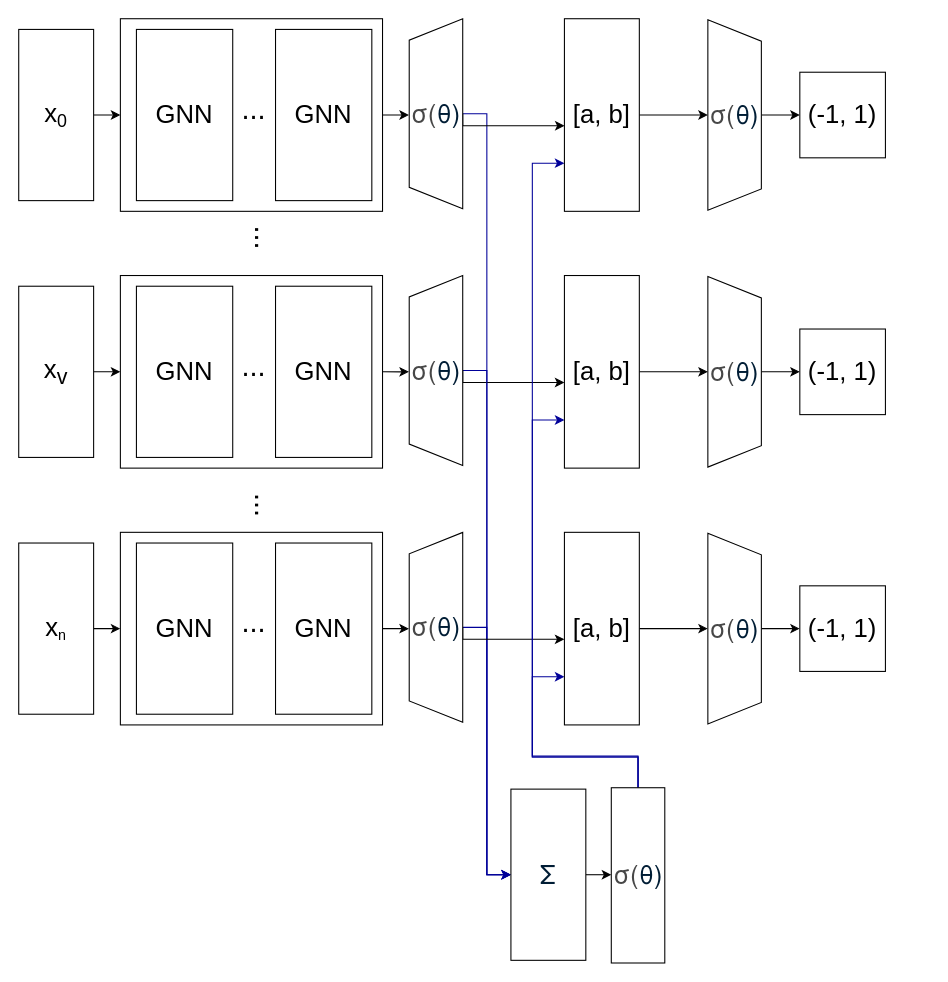
osnieltx/gnn-co keeps this draw.io diagram as gnn.drawio. Above is the earlier version. Source tidied: cells renumbered, new cells numbered last; positions are measured from the earlier drawing's top-left corner, leaving out a move shared by most shapes. Both pictures are drawn from the tidied source at 107%, with x=0, y=0 at pixel (18, 18).
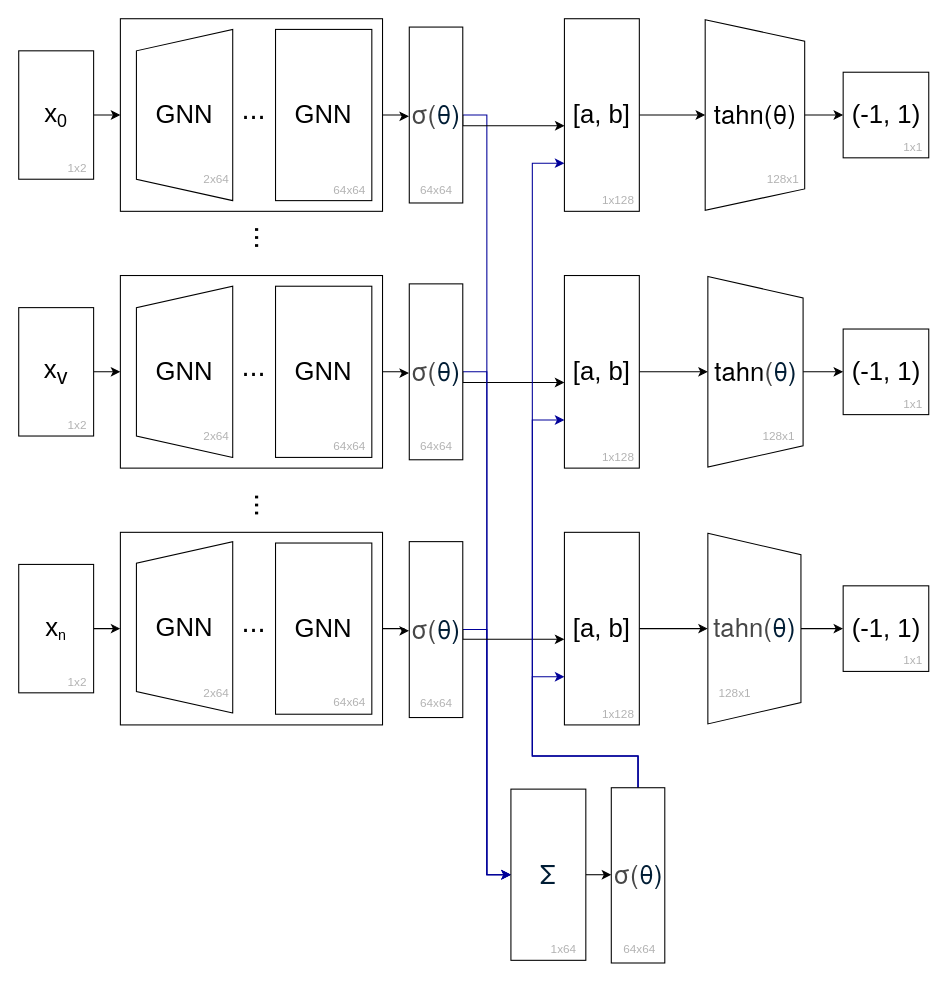
After the change.

The change refers to these unchanged cells:
```xml
<mxCell id="2" style="rounded=0;whiteSpace=wrap;html=1;fontColor=default;fillColor=none;" parent="1" vertex="1">
  <mxGeometry x="95" y="240" width="245" height="180" as="geometry" />
</mxCell>
<mxCell id="39" value="&lt;span style=&quot;font-size: 24px; text-align: start; caret-color: rgb(71, 71, 71); color: rgb(71, 71, 71); font-family: &amp;quot;Helvetica Neue&amp;quot;, sans-serif; background-color: rgb(255, 255, 255);&quot;&gt;σ(&lt;/span&gt;&lt;span style=&quot;font-size: 24px; text-align: start; caret-color: rgb(0, 29, 53); color: rgb(0, 29, 53); font-family: &amp;quot;Google Sans&amp;quot;, &amp;quot;Helvetica Neue&amp;quot;, sans-serif; background-color: rgb(255, 255, 255);&quot;&gt;θ)&lt;/span&gt;" style="shape=label;whiteSpace=wrap;html=1;fixedSize=1;rotation=-90;horizontal=1;verticalAlign=middle;textDirection=vertical-rl;rounded=0;" parent="1" vertex="1">
  <mxGeometry x="496.9" y="775.6" width="163.8" height="50" as="geometry" />
</mxCell>
<mxCell id="41" value="&lt;span style=&quot;font-size: 24px; text-align: start;&quot;&gt;[a, b]&lt;/span&gt;" style="whiteSpace=wrap;html=1;" parent="1" vertex="1">
  <mxGeometry x="510" width="70" height="180" as="geometry" />
</mxCell>
<mxCell id="43" value="&lt;span style=&quot;font-size: 24px; text-align: start;&quot;&gt;[a,&lt;/span&gt;&lt;span style=&quot;font-size: 24px; text-align: start;&quot;&gt;&amp;nbsp;b]&lt;/span&gt;" style="whiteSpace=wrap;html=1;" parent="1" vertex="1">
  <mxGeometry x="510" y="240" width="70" height="180" as="geometry" />
</mxCell>
```

What changed in the source:
```diff
@@
+    <mxCell id="28" style="rounded=0;whiteSpace=wrap;html=1;fontColor=default;fillColor=none;" parent="1" vertex="1">
+      <mxGeometry x="95" y="480" width="245" height="180" as="geometry" />
+    </mxCell>
+    <mxCell id="18" style="rounded=0;whiteSpace=wrap;html=1;fontColor=default;fillColor=none;" parent="1" vertex="1">
+      <mxGeometry x="95" width="245" height="180" as="geometry" />
+    </mxCell>
@@
     <mxCell id="4" value="&lt;font style=&quot;font-size: 24px;&quot;&gt;x&lt;sub&gt;v&lt;/sub&gt;&lt;/font&gt;" style="whiteSpace=wrap;html=1;" parent="1" vertex="1">
-      <mxGeometry y="250" width="70" height="160" as="geometry" />
+      <mxGeometry y="270" width="70" height="120" as="geometry" />
     </mxCell>
-    <mxCell id="5" value="&lt;font size=&quot;5&quot;&gt;GNN&lt;/font&gt;" style="whiteSpace=wrap;html=1;" parent="1" vertex="1">
-      <mxGeometry x="110" y="250" width="90" height="160" as="geometry" />
-    </mxCell>
@@
     <mxCell id="8" style="edgeStyle=orthogonalEdgeStyle;rounded=0;jettySize=auto;html=1;exitX=1;exitY=0.5;exitDx=0;exitDy=0;entryX=0.493;entryY=-0.005;entryDx=0;entryDy=0;entryPerimeter=0;" parent="1" edge="1" source="2" target="11">
-      <mxGeometry relative="1" as="geometry" />
+      <mxGeometry relative="1" as="geometry">
+        <Array as="points">
+          <mxPoint x="360" y="330" />
+          <mxPoint x="360" y="331" />
+        </Array>
+      </mxGeometry>
     </mxCell>
@@
-    <mxCell id="11" value="&lt;span style=&quot;font-size: 24px; text-align: start; caret-color: rgb(71, 71, 71); color: rgb(71, 71, 71); font-family: &amp;quot;Helvetica Neue&amp;quot;, sans-serif; background-color: rgb(255, 255, 255);&quot;&gt;σ(&lt;/span&gt;&lt;span style=&quot;font-size: 24px; text-align: start; caret-color: rgb(0, 29, 53); color: rgb(0, 29, 53); font-family: &amp;quot;Google Sans&amp;quot;, &amp;quot;Helvetica Neue&amp;quot;, sans-serif; background-color: rgb(255, 255, 255);&quot;&gt;θ)&lt;/span&gt;" style="shape=trapezoid;perimeter=trapezoidPerimeter;whiteSpace=wrap;html=1;fixedSize=1;rotation=-90;horizontal=1;verticalAlign=middle;textDirection=vertical-rl;" parent="1" vertex="1">
-      <mxGeometry x="301.2" y="303.8" width="177.5" height="50" as="geometry" />
+    <mxCell id="11" value="&lt;span style=&quot;font-size: 24px; text-align: start; caret-color: rgb(71, 71, 71); color: rgb(71, 71, 71); font-family: &amp;quot;Helvetica Neue&amp;quot;, sans-serif; background-color: rgb(255, 255, 255);&quot;&gt;σ(&lt;/span&gt;&lt;span style=&quot;font-size: 24px; text-align: start; caret-color: rgb(0, 29, 53); color: rgb(0, 29, 53); font-family: &amp;quot;Google Sans&amp;quot;, &amp;quot;Helvetica Neue&amp;quot;, sans-serif; background-color: rgb(255, 255, 255);&quot;&gt;θ)&lt;/span&gt;" style="shape=label;whiteSpace=wrap;html=1;fixedSize=1;rotation=-90;horizontal=1;verticalAlign=middle;textDirection=vertical-rl;rounded=0;" parent="1" vertex="1">
+      <mxGeometry x="307.8" y="305" width="164.4" height="50" as="geometry" />
     </mxCell>
@@
     <mxCell id="13" value="&lt;font style=&quot;font-size: 24px;&quot;&gt;x&lt;/font&gt;&lt;font style=&quot;font-size: 20px;&quot;&gt;&lt;sub&gt;0&lt;/sub&gt;&lt;/font&gt;" style="whiteSpace=wrap;html=1;" parent="1" vertex="1">
-      <mxGeometry y="10" width="70" height="160" as="geometry" />
+      <mxGeometry y="30" width="70" height="120" as="geometry" />
     </mxCell>
-    <mxCell id="14" value="&lt;font size=&quot;5&quot;&gt;GNN&lt;/font&gt;" style="whiteSpace=wrap;html=1;" parent="1" vertex="1">
+    <mxCell id="14" value="&lt;font size=&quot;5&quot;&gt;GNN&lt;/font&gt;" style="whiteSpace=wrap;html=1;shape=trapezoid;perimeter=trapezoidPerimeter;fixedSize=1;direction=north;" parent="1" vertex="1">
       <mxGeometry x="110" y="10" width="90" height="160" as="geometry" />
     </mxCell>
@@
     <mxCell id="17" style="edgeStyle=orthogonalEdgeStyle;rounded=0;jettySize=auto;html=1;exitX=1;exitY=0.5;exitDx=0;exitDy=0;entryX=0.493;entryY=-0.005;entryDx=0;entryDy=0;entryPerimeter=0;" parent="1" edge="1" source="18" target="21">
-      <mxGeometry relative="1" as="geometry" />
+      <mxGeometry relative="1" as="geometry">
+        <Array as="points">
+          <mxPoint x="360" y="90" />
+          <mxPoint x="360" y="91" />
+        </Array>
+      </mxGeometry>
     </mxCell>
-    <mxCell id="18" style="rounded=0;whiteSpace=wrap;html=1;fontColor=default;fillColor=none;" parent="1" vertex="1">
-      <mxGeometry x="95" width="245" height="180" as="geometry" />
-    </mxCell>
@@
-    <mxCell id="21" value="&lt;font style=&quot;font-size: 24px;&quot;&gt;&lt;span style=&quot;text-align: start; caret-color: rgb(71, 71, 71); color: rgb(71, 71, 71); font-family: &amp;quot;Helvetica Neue&amp;quot;, sans-serif; background-color: rgb(255, 255, 255);&quot;&gt;σ(&lt;/span&gt;&lt;span style=&quot;text-align: start; caret-color: rgb(0, 29, 53); color: rgb(0, 29, 53); font-family: &amp;quot;Google Sans&amp;quot;, &amp;quot;Helvetica Neue&amp;quot;, sans-serif; background-color: rgb(255, 255, 255);&quot;&gt;θ)&lt;/span&gt;&lt;/font&gt;" style="shape=trapezoid;perimeter=trapezoidPerimeter;whiteSpace=wrap;html=1;fixedSize=1;rotation=-90;horizontal=1;verticalAlign=middle;textDirection=vertical-rl;" parent="1" vertex="1">
-      <mxGeometry x="301.2" y="63.8" width="177.5" height="50" as="geometry" />
+    <mxCell id="21" value="&lt;font style=&quot;font-size: 24px;&quot;&gt;&lt;span style=&quot;text-align: start; caret-color: rgb(71, 71, 71); color: rgb(71, 71, 71); font-family: &amp;quot;Helvetica Neue&amp;quot;, sans-serif; background-color: rgb(255, 255, 255);&quot;&gt;σ(&lt;/span&gt;&lt;span style=&quot;text-align: start; caret-color: rgb(0, 29, 53); color: rgb(0, 29, 53); font-family: &amp;quot;Google Sans&amp;quot;, &amp;quot;Helvetica Neue&amp;quot;, sans-serif; background-color: rgb(255, 255, 255);&quot;&gt;θ)&lt;/span&gt;&lt;/font&gt;" style="shape=label;whiteSpace=wrap;html=1;fixedSize=1;rotation=-90;horizontal=1;verticalAlign=middle;textDirection=vertical-rl;rounded=0;" parent="1" vertex="1">
+      <mxGeometry x="307.8" y="65" width="164.4" height="50" as="geometry" />
     </mxCell>
@@
     <mxCell id="23" value="&lt;font style=&quot;font-size: 24px;&quot;&gt;x&lt;/font&gt;&lt;font size=&quot;3&quot;&gt;&lt;sub&gt;n&lt;/sub&gt;&lt;/font&gt;" style="whiteSpace=wrap;html=1;" parent="1" vertex="1">
-      <mxGeometry y="490" width="70" height="160" as="geometry" />
+      <mxGeometry y="510" width="70" height="120" as="geometry" />
     </mxCell>
-    <mxCell id="24" value="&lt;font size=&quot;5&quot;&gt;GNN&lt;/font&gt;" style="whiteSpace=wrap;html=1;" parent="1" vertex="1">
-      <mxGeometry x="110" y="490" width="90" height="160" as="geometry" />
-    </mxCell>
@@
     <mxCell id="27" style="edgeStyle=orthogonalEdgeStyle;rounded=0;jettySize=auto;html=1;exitX=1;exitY=0.5;exitDx=0;exitDy=0;entryX=0.493;entryY=-0.005;entryDx=0;entryDy=0;entryPerimeter=0;" parent="1" edge="1" source="28" target="31">
-      <mxGeometry relative="1" as="geometry" />
+      <mxGeometry relative="1" as="geometry">
+        <Array as="points">
+          <mxPoint x="360" y="570" />
+          <mxPoint x="360" y="572" />
+        </Array>
+      </mxGeometry>
     </mxCell>
-    <mxCell id="28" style="rounded=0;whiteSpace=wrap;html=1;fontColor=default;fillColor=none;" parent="1" vertex="1">
-      <mxGeometry x="95" y="480" width="245" height="180" as="geometry" />
-    </mxCell>
@@
-    <mxCell id="31" value="&lt;span style=&quot;font-size: 24px; text-align: start; caret-color: rgb(71, 71, 71); color: rgb(71, 71, 71); font-family: &amp;quot;Helvetica Neue&amp;quot;, sans-serif; background-color: rgb(255, 255, 255);&quot;&gt;σ(&lt;/span&gt;&lt;span style=&quot;font-size: 24px; text-align: start; caret-color: rgb(0, 29, 53); color: rgb(0, 29, 53); font-family: &amp;quot;Google Sans&amp;quot;, &amp;quot;Helvetica Neue&amp;quot;, sans-serif; background-color: rgb(255, 255, 255);&quot;&gt;θ)&lt;/span&gt;" style="shape=trapezoid;perimeter=trapezoidPerimeter;whiteSpace=wrap;html=1;fixedSize=1;rotation=-90;horizontal=1;verticalAlign=middle;textDirection=vertical-rl;" parent="1" vertex="1">
-      <mxGeometry x="301.2" y="543.8" width="177.5" height="50" as="geometry" />
+    <mxCell id="31" value="&lt;span style=&quot;font-size: 24px; text-align: start; caret-color: rgb(71, 71, 71); color: rgb(71, 71, 71); font-family: &amp;quot;Helvetica Neue&amp;quot;, sans-serif; background-color: rgb(255, 255, 255);&quot;&gt;σ(&lt;/span&gt;&lt;span style=&quot;font-size: 24px; text-align: start; caret-color: rgb(0, 29, 53); color: rgb(0, 29, 53); font-family: &amp;quot;Google Sans&amp;quot;, &amp;quot;Helvetica Neue&amp;quot;, sans-serif; background-color: rgb(255, 255, 255);&quot;&gt;θ)&lt;/span&gt;" style="shape=label;whiteSpace=wrap;html=1;fixedSize=1;rotation=-90;horizontal=1;verticalAlign=middle;textDirection=vertical-rl;rounded=0;" parent="1" vertex="1">
+      <mxGeometry x="307.8" y="545.9" width="164.4" height="50" as="geometry" />
     </mxCell>
@@
     <mxCell id="37" style="edgeStyle=orthogonalEdgeStyle;rounded=0;jettySize=auto;html=1;exitX=1;exitY=0.5;exitDx=0;exitDy=0;entryX=0;entryY=0.75;entryDx=0;entryDy=0;strokeColor=#000099;" parent="1" edge="1" source="39" target="43">
       <mxGeometry relative="1" as="geometry">
         <Array as="points">
-          <mxPoint x="579" y="690" />
-          <mxPoint x="480" y="690" />
+          <mxPoint x="579" y="689" />
+          <mxPoint x="480" y="689" />
           <mxPoint x="480" y="375" />
         </Array>
       </mxGeometry>
     </mxCell>
     <mxCell id="38" style="edgeStyle=orthogonalEdgeStyle;rounded=0;jettySize=auto;html=1;exitX=1;exitY=0.5;exitDx=0;exitDy=0;entryX=0;entryY=0.75;entryDx=0;entryDy=0;strokeColor=#000099;" parent="1" edge="1" source="39" target="41">
       <mxGeometry relative="1" as="geometry">
         <Array as="points">
-          <mxPoint x="579" y="690" />
-          <mxPoint x="480" y="690" />
+          <mxPoint x="579" y="689" />
+          <mxPoint x="480" y="689" />
           <mxPoint x="480" y="135" />
         </Array>
       </mxGeometry>
     </mxCell>
@@
-    <mxCell id="47" value="&lt;span style=&quot;font-size: 24px; text-align: start; caret-color: rgb(71, 71, 71); color: rgb(71, 71, 71); font-family: &amp;quot;Helvetica Neue&amp;quot;, sans-serif; background-color: rgb(255, 255, 255);&quot;&gt;σ(&lt;/span&gt;&lt;span style=&quot;font-size: 24px; text-align: start; caret-color: rgb(0, 29, 53); color: rgb(0, 29, 53); font-family: &amp;quot;Google Sans&amp;quot;, &amp;quot;Helvetica Neue&amp;quot;, sans-serif; background-color: rgb(255, 255, 255);&quot;&gt;θ)&lt;/span&gt;" style="shape=trapezoid;whiteSpace=wrap;html=1;fixedSize=1;rotation=-90;horizontal=1;verticalAlign=middle;textDirection=vertical-rl;rounded=0;perimeter=trapezoidPerimeter;direction=west;" parent="1" vertex="1">
-      <mxGeometry x="580" y="65" width="178.1" height="50" as="geometry" />
+    <mxCell id="47" value="&lt;span style=&quot;color: rgb(0, 0, 0);&quot;&gt;&lt;span style=&quot;font-size: 24px; text-align: start; caret-color: rgb(71, 71, 71); font-family: &amp;quot;Helvetica Neue&amp;quot;, sans-serif; background-color: rgb(255, 255, 255);&quot;&gt;tahn(&lt;/span&gt;&lt;span style=&quot;font-size: 24px; text-align: start; caret-color: rgb(0, 29, 53); font-family: &amp;quot;Google Sans&amp;quot;, &amp;quot;Helvetica Neue&amp;quot;, sans-serif; background-color: rgb(255, 255, 255);&quot;&gt;θ)&lt;/span&gt;&lt;/span&gt;" style="shape=trapezoid;whiteSpace=wrap;html=1;fixedSize=1;rotation=-90;horizontal=1;verticalAlign=middle;textDirection=vertical-rl;rounded=0;perimeter=trapezoidPerimeter;direction=west;" parent="1" vertex="1">
+      <mxGeometry x="599" y="43.5" width="178.1" height="93" as="geometry" />
     </mxCell>
     <mxCell id="48" value="(-1, 1)" style="whiteSpace=wrap;html=1;rounded=0;fontSize=24;" parent="1" vertex="1">
-      <mxGeometry x="730" y="50" width="80" height="80" as="geometry" />
+      <mxGeometry x="770.5" y="50" width="80" height="80" as="geometry" />
     </mxCell>
@@
-    <mxCell id="50" value="&lt;span style=&quot;font-size: 24px; text-align: start; caret-color: rgb(71, 71, 71); color: rgb(71, 71, 71); font-family: &amp;quot;Helvetica Neue&amp;quot;, sans-serif; background-color: rgb(255, 255, 255);&quot;&gt;σ(&lt;/span&gt;&lt;span style=&quot;font-size: 24px; text-align: start; caret-color: rgb(0, 29, 53); color: rgb(0, 29, 53); font-family: &amp;quot;Google Sans&amp;quot;, &amp;quot;Helvetica Neue&amp;quot;, sans-serif; background-color: rgb(255, 255, 255);&quot;&gt;θ)&lt;/span&gt;" style="shape=trapezoid;whiteSpace=wrap;html=1;fixedSize=1;rotation=-90;horizontal=1;verticalAlign=middle;textDirection=vertical-rl;rounded=0;perimeter=trapezoidPerimeter;direction=west;" parent="1" vertex="1">
-      <mxGeometry x="580" y="305" width="178.1" height="50" as="geometry" />
+    <mxCell id="50" value="&lt;span style=&quot;font-size: 24px; text-align: start; caret-color: rgb(71, 71, 71); font-family: &amp;quot;Helvetica Neue&amp;quot;, sans-serif; background-color: rgb(255, 255, 255); color: rgb(0, 0, 0);&quot;&gt;tahn&lt;/span&gt;&lt;span style=&quot;font-size: 24px; text-align: start; caret-color: rgb(71, 71, 71); color: rgb(71, 71, 71); font-family: &amp;quot;Helvetica Neue&amp;quot;, sans-serif; background-color: rgb(255, 255, 255);&quot;&gt;(&lt;/span&gt;&lt;span style=&quot;font-size: 24px; text-align: start; caret-color: rgb(0, 29, 53); color: rgb(0, 29, 53); font-family: &amp;quot;Google Sans&amp;quot;, &amp;quot;Helvetica Neue&amp;quot;, sans-serif; background-color: rgb(255, 255, 255);&quot;&gt;θ)&lt;/span&gt;" style="shape=trapezoid;whiteSpace=wrap;html=1;fixedSize=1;rotation=-90;horizontal=1;verticalAlign=middle;textDirection=vertical-rl;rounded=0;perimeter=trapezoidPerimeter;direction=west;" parent="1" vertex="1">
+      <mxGeometry x="599.5" y="285.5" width="178.1" height="89" as="geometry" />
     </mxCell>
     <mxCell id="51" value="(-1, 1)" style="whiteSpace=wrap;html=1;rounded=0;fontSize=24;" parent="1" vertex="1">
-      <mxGeometry x="730" y="290" width="80" height="80" as="geometry" />
+      <mxGeometry x="770.5" y="290" width="80" height="80" as="geometry" />
     </mxCell>
@@
-    <mxCell id="53" value="&lt;span style=&quot;font-size: 24px; text-align: start; caret-color: rgb(71, 71, 71); color: rgb(71, 71, 71); font-family: &amp;quot;Helvetica Neue&amp;quot;, sans-serif; background-color: rgb(255, 255, 255);&quot;&gt;σ(&lt;/span&gt;&lt;span style=&quot;font-size: 24px; text-align: start; caret-color: rgb(0, 29, 53); color: rgb(0, 29, 53); font-family: &amp;quot;Google Sans&amp;quot;, &amp;quot;Helvetica Neue&amp;quot;, sans-serif; background-color: rgb(255, 255, 255);&quot;&gt;θ)&lt;/span&gt;" style="shape=trapezoid;whiteSpace=wrap;html=1;fixedSize=1;rotation=-90;horizontal=1;verticalAlign=middle;textDirection=vertical-rl;rounded=0;perimeter=trapezoidPerimeter;direction=west;" parent="1" vertex="1">
-      <mxGeometry x="580" y="545" width="178.1" height="50" as="geometry" />
+    <mxCell id="53" value="&lt;span style=&quot;color: rgb(0, 0, 0);&quot;&gt;&lt;span style=&quot;font-size: 24px; text-align: start; caret-color: rgb(71, 71, 71); font-family: &amp;quot;Helvetica Neue&amp;quot;, sans-serif; background-color: rgb(255, 255, 255); color: rgb(71, 71, 71);&quot;&gt;tahn(&lt;/span&gt;&lt;span style=&quot;font-size: 24px; text-align: start; caret-color: rgb(0, 29, 53); font-family: &amp;quot;Google Sans&amp;quot;, &amp;quot;Helvetica Neue&amp;quot;, sans-serif; background-color: rgb(255, 255, 255); color: rgb(0, 29, 53);&quot;&gt;θ)&lt;/span&gt;&lt;/span&gt;" style="shape=trapezoid;whiteSpace=wrap;html=1;fixedSize=1;rotation=-90;horizontal=1;verticalAlign=middle;textDirection=vertical-rl;rounded=0;perimeter=trapezoidPerimeter;direction=west;" parent="1" vertex="1">
+      <mxGeometry x="598.5" y="526.5" width="178.1" height="87" as="geometry" />
     </mxCell>
     <mxCell id="54" value="(-1, 1)" style="whiteSpace=wrap;html=1;rounded=0;fontSize=24;" parent="1" vertex="1">
-      <mxGeometry x="730" y="530" width="80" height="80" as="geometry" />
+      <mxGeometry x="770.5" y="530" width="80" height="80" as="geometry" />
     </mxCell>
+    <mxCell id="55" value="&lt;font size=&quot;5&quot;&gt;GNN&lt;/font&gt;" style="whiteSpace=wrap;html=1;shape=trapezoid;perimeter=trapezoidPerimeter;fixedSize=1;direction=north;" parent="1" vertex="1">
+      <mxGeometry x="110" y="250" width="90" height="160" as="geometry" />
+    </mxCell>
+    <mxCell id="56" value="&lt;font size=&quot;5&quot;&gt;GNN&lt;/font&gt;" style="whiteSpace=wrap;html=1;shape=trapezoid;perimeter=trapezoidPerimeter;fixedSize=1;direction=north;" parent="1" vertex="1">
+      <mxGeometry x="110" y="488.8" width="90" height="160" as="geometry" />
+    </mxCell>
+    <mxCell id="57" value="1x2" style="text;html=1;align=center;verticalAlign=middle;whiteSpace=wrap;rounded=0;fontSize=11;fontColor=#B3B3B3;" parent="1" vertex="1">
+      <mxGeometry x="40" y="130" width="30" height="20" as="geometry" />
+    </mxCell>
+    <mxCell id="58" value="1x2" style="text;html=1;align=center;verticalAlign=middle;whiteSpace=wrap;rounded=0;fontSize=11;fontColor=#B3B3B3;" parent="1" vertex="1">
+      <mxGeometry x="40" y="370" width="30" height="20" as="geometry" />
+    </mxCell>
+    <mxCell id="59" value="1x2" style="text;html=1;align=center;verticalAlign=middle;whiteSpace=wrap;rounded=0;fontSize=11;fontColor=#B3B3B3;" parent="1" vertex="1">
+      <mxGeometry x="40" y="610" width="30" height="20" as="geometry" />
+    </mxCell>
+    <mxCell id="60" value="2x64" style="text;html=1;align=center;verticalAlign=middle;whiteSpace=wrap;rounded=0;fontSize=11;fontColor=#B3B3B3;" parent="1" vertex="1">
+      <mxGeometry x="170" y="140" width="30" height="20" as="geometry" />
+    </mxCell>
+    <mxCell id="61" value="2x64" style="text;html=1;align=center;verticalAlign=middle;whiteSpace=wrap;rounded=0;fontSize=11;fontColor=#B3B3B3;" parent="1" vertex="1">
+      <mxGeometry x="170" y="380" width="30" height="20" as="geometry" />
+    </mxCell>
+    <mxCell id="62" value="2x64" style="text;html=1;align=center;verticalAlign=middle;whiteSpace=wrap;rounded=0;fontSize=11;fontColor=#B3B3B3;" parent="1" vertex="1">
+      <mxGeometry x="170" y="620" width="30" height="20" as="geometry" />
+    </mxCell>
+    <mxCell id="63" value="64x64" style="text;html=1;align=center;verticalAlign=middle;whiteSpace=wrap;rounded=0;fontSize=11;fontColor=#B3B3B3;" parent="1" vertex="1">
+      <mxGeometry x="289" y="150" width="41" height="20" as="geometry" />
+    </mxCell>
+    <mxCell id="64" value="64x64" style="text;html=1;align=center;verticalAlign=middle;whiteSpace=wrap;rounded=0;fontSize=11;fontColor=#B3B3B3;" parent="1" vertex="1">
+      <mxGeometry x="289" y="390" width="41" height="20" as="geometry" />
+    </mxCell>
+    <mxCell id="65" value="64x64" style="text;html=1;align=center;verticalAlign=middle;whiteSpace=wrap;rounded=0;fontSize=11;fontColor=#B3B3B3;" parent="1" vertex="1">
+      <mxGeometry x="289" y="628.8" width="41" height="20" as="geometry" />
+    </mxCell>
+    <mxCell id="66" value="64x64" style="text;html=1;align=center;verticalAlign=middle;whiteSpace=wrap;rounded=0;fontSize=11;fontColor=#B3B3B3;" parent="1" vertex="1">
+      <mxGeometry x="370" y="150" width="41" height="20" as="geometry" />
+    </mxCell>
+    <mxCell id="67" value="64x64" style="text;html=1;align=center;verticalAlign=middle;whiteSpace=wrap;rounded=0;fontSize=11;fontColor=#B3B3B3;" parent="1" vertex="1">
+      <mxGeometry x="370" y="390" width="41" height="20" as="geometry" />
+    </mxCell>
+    <mxCell id="68" value="64x64" style="text;html=1;align=center;verticalAlign=middle;whiteSpace=wrap;rounded=0;fontSize=11;fontColor=#B3B3B3;" parent="1" vertex="1">
+      <mxGeometry x="369.5" y="630" width="41" height="20" as="geometry" />
+    </mxCell>
+    <mxCell id="69" value="1x64" style="text;html=1;align=center;verticalAlign=middle;whiteSpace=wrap;rounded=0;fontSize=11;fontColor=#B3B3B3;" parent="1" vertex="1">
+      <mxGeometry x="489" y="860" width="41" height="20" as="geometry" />
+    </mxCell>
+    <mxCell id="70" value="64x64" style="text;html=1;align=center;verticalAlign=middle;whiteSpace=wrap;rounded=0;fontSize=11;fontColor=#B3B3B3;" parent="1" vertex="1">
+      <mxGeometry x="560" y="860" width="41" height="20" as="geometry" />
+    </mxCell>
+    <mxCell id="71" value="1x128" style="text;html=1;align=center;verticalAlign=middle;whiteSpace=wrap;rounded=0;fontSize=11;fontColor=#B3B3B3;" parent="1" vertex="1">
+      <mxGeometry x="540" y="640" width="41" height="20" as="geometry" />
+    </mxCell>
+    <mxCell id="72" value="1x128" style="text;html=1;align=center;verticalAlign=middle;whiteSpace=wrap;rounded=0;fontSize=11;fontColor=#B3B3B3;" parent="1" vertex="1">
+      <mxGeometry x="540" y="400" width="41" height="20" as="geometry" />
+    </mxCell>
+    <mxCell id="73" value="1x128" style="text;html=1;align=center;verticalAlign=middle;whiteSpace=wrap;rounded=0;fontSize=11;fontColor=#B3B3B3;" parent="1" vertex="1">
+      <mxGeometry x="540" y="160" width="41" height="20" as="geometry" />
+    </mxCell>
+    <mxCell id="74" value="128x1" style="text;html=1;align=center;verticalAlign=middle;whiteSpace=wrap;rounded=0;fontSize=11;fontColor=#B3B3B3;" parent="1" vertex="1">
+      <mxGeometry x="694" y="140" width="41" height="20" as="geometry" />
+    </mxCell>
+    <mxCell id="75" value="128x1" style="text;html=1;align=center;verticalAlign=middle;whiteSpace=wrap;rounded=0;fontSize=11;fontColor=#B3B3B3;" parent="1" vertex="1">
+      <mxGeometry x="689.6" y="380" width="41" height="20" as="geometry" />
+    </mxCell>
+    <mxCell id="76" value="128x1" style="text;html=1;align=center;verticalAlign=middle;whiteSpace=wrap;rounded=0;fontSize=11;fontColor=#B3B3B3;" parent="1" vertex="1">
+      <mxGeometry x="648.6" y="620" width="41" height="20" as="geometry" />
+    </mxCell>
+    <mxCell id="77" value="1x1" style="text;html=1;align=center;verticalAlign=middle;whiteSpace=wrap;rounded=0;fontSize=11;fontColor=#B3B3B3;" parent="1" vertex="1">
+      <mxGeometry x="820.5" y="110" width="30" height="20" as="geometry" />
+    </mxCell>
+    <mxCell id="78" value="1x1" style="text;html=1;align=center;verticalAlign=middle;whiteSpace=wrap;rounded=0;fontSize=11;fontColor=#B3B3B3;" parent="1" vertex="1">
+      <mxGeometry x="820.5" y="350" width="30" height="20" as="geometry" />
+    </mxCell>
+    <mxCell id="79" value="1x1" style="text;html=1;align=center;verticalAlign=middle;whiteSpace=wrap;rounded=0;fontSize=11;fontColor=#B3B3B3;" parent="1" vertex="1">
+      <mxGeometry x="820.5" y="590" width="30" height="20" as="geometry" />
+    </mxCell>
```
